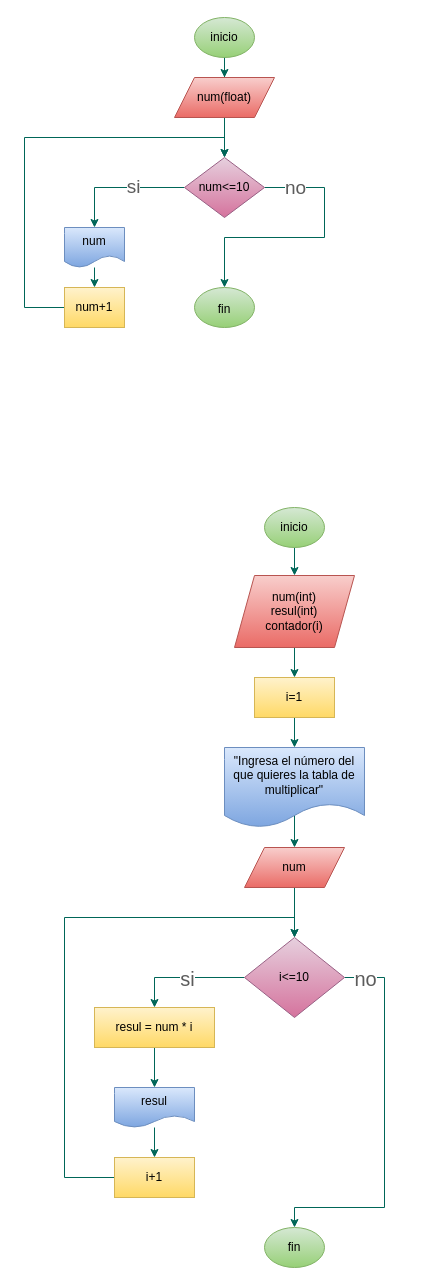
zeth789/Pensamiento_computacional keeps this draw.io diagram as 7. ESTRUCTURAS/Diagrama 2.drawio. Above is the earlier version. Source tidied: cells renumbered, new cells numbered last; positions are measured from the earlier drawing's top-left corner, leaving out a move shared by most shapes. Both pictures are drawn from the tidied source at 100%, with x=0, y=0 at pixel (24, 17).
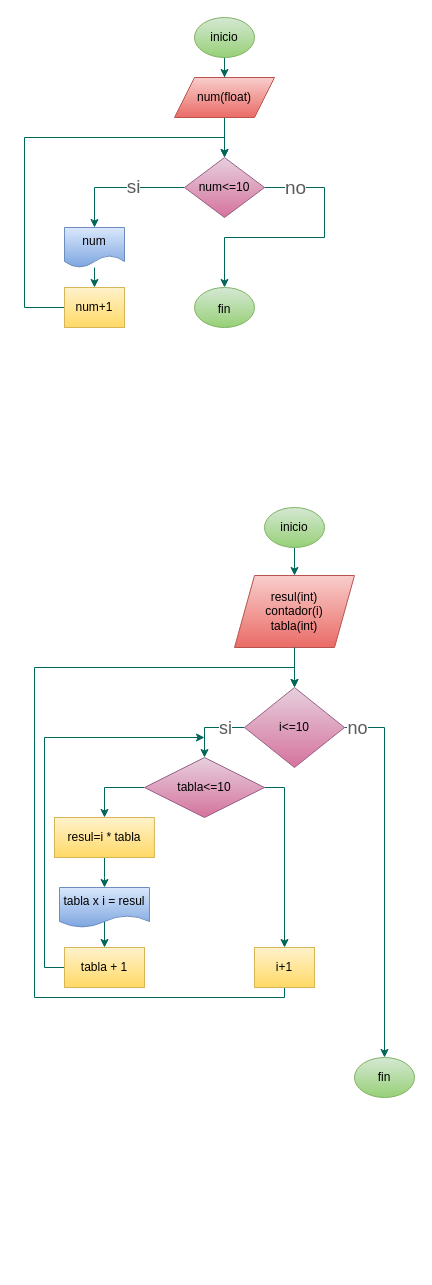
Above is the later version.

Commit message:
Diagrama 2 tablas multiplicar.drawio

The edit, as a diff of the source:
```diff
@@
-    <mxCell id="18" style="edgeStyle=orthogonalEdgeStyle;rounded=0;jettySize=auto;html=1;strokeColor=#006658;fontSize=12;fontColor=#5C5C5C;fillColor=#21C0A5;" parent="1" edge="1" source="19" target="21">
-      <mxGeometry relative="1" as="geometry" />
-    </mxCell>
-    <mxCell id="19" value="num(int)&lt;br&gt;resul(int)&lt;br&gt;contador(i)" style="shape=parallelogram;perimeter=parallelogramPerimeter;whiteSpace=wrap;html=1;fixedSize=1;fillColor=#f8cecc;strokeColor=#b85450;gradientColor=#ea6b66;" parent="1" vertex="1">
+    <mxCell id="19" value="resul(int)&lt;br&gt;contador(i)&lt;br&gt;tabla(int)" style="shape=parallelogram;perimeter=parallelogramPerimeter;whiteSpace=wrap;html=1;fixedSize=1;fillColor=#f8cecc;strokeColor=#b85450;gradientColor=#ea6b66;" parent="1" vertex="1">
       <mxGeometry x="210" y="558" width="120" height="72" as="geometry" />
     </mxCell>
-    <mxCell id="20" style="edgeStyle=orthogonalEdgeStyle;rounded=0;jettySize=auto;html=1;strokeColor=#006658;fontSize=12;fontColor=#5C5C5C;fillColor=#21C0A5;" parent="1" edge="1" source="21" target="23">
+    <mxCell id="20" style="edgeStyle=orthogonalEdgeStyle;rounded=0;jettySize=auto;html=1;strokeColor=#006658;fontSize=12;fontColor=#5C5C5C;fillColor=#21C0A5;entryX=0.5;entryY=0;entryDx=0;entryDy=0;exitX=0.5;exitY=1;exitDx=0;exitDy=0;" parent="1" edge="1" source="19" target="30">
       <mxGeometry relative="1" as="geometry" />
     </mxCell>
-    <mxCell id="21" value="i=1" style="whiteSpace=wrap;html=1;fillColor=#fff2cc;strokeColor=#d6b656;gradientColor=#ffd966;" parent="1" vertex="1">
-      <mxGeometry x="230" y="660" width="80" height="40" as="geometry" />
-    </mxCell>
-    <mxCell id="22" style="edgeStyle=orthogonalEdgeStyle;rounded=0;jettySize=auto;html=1;strokeColor=#006658;fontSize=12;fontColor=#5C5C5C;fillColor=#21C0A5;exitX=0.51;exitY=0.829;exitDx=0;exitDy=0;exitPerimeter=0;" parent="1" edge="1" source="23" target="25">
-      <mxGeometry relative="1" as="geometry">
-        <Array as="points">
-          <mxPoint x="270" y="796" />
-        </Array>
-      </mxGeometry>
-    </mxCell>
-    <mxCell id="23" value="&quot;Ingresa el número del que quieres la tabla de multiplicar&quot;" style="shape=document;whiteSpace=wrap;html=1;boundedLbl=1;fillColor=#dae8fc;strokeColor=#6c8ebf;gradientColor=#7ea6e0;" parent="1" vertex="1">
-      <mxGeometry x="200" y="730" width="140" height="80" as="geometry" />
-    </mxCell>
-    <mxCell id="24" style="edgeStyle=orthogonalEdgeStyle;rounded=0;jettySize=auto;html=1;strokeColor=#006658;fontSize=12;fontColor=#5C5C5C;fillColor=#21C0A5;" parent="1" edge="1" source="25" target="30">
-      <mxGeometry relative="1" as="geometry" />
-    </mxCell>
-    <mxCell id="25" value="num" style="shape=parallelogram;perimeter=parallelogramPerimeter;whiteSpace=wrap;html=1;fixedSize=1;fillColor=#f8cecc;strokeColor=#b85450;gradientColor=#ea6b66;" parent="1" vertex="1">
-      <mxGeometry x="220" y="830" width="100" height="40" as="geometry" />
-    </mxCell>
-    <mxCell id="26" style="edgeStyle=orthogonalEdgeStyle;rounded=0;jettySize=auto;html=1;strokeColor=#006658;fontSize=12;fontColor=#5C5C5C;fillColor=#21C0A5;" parent="1" edge="1" source="30" target="32">
+    <mxCell id="26" style="edgeStyle=orthogonalEdgeStyle;rounded=0;jettySize=auto;html=1;strokeColor=#006658;fontSize=12;fontColor=#5C5C5C;fillColor=#21C0A5;entryX=0.5;entryY=0;entryDx=0;entryDy=0;" parent="1" edge="1" source="30" target="41">
       <mxGeometry relative="1" as="geometry">
         <Array as="points">
-          <mxPoint x="130" y="960" />
+          <mxPoint x="180" y="710" />
         </Array>
       </mxGeometry>
     </mxCell>
-    <mxCell id="27" value="si" style="edgeLabel;html=1;align=center;verticalAlign=middle;fontSize=20;fontColor=#5C5C5C;" parent="26" vertex="1">
-      <mxGeometry x="-0.03" relative="1" as="geometry" />
+    <mxCell id="27" value="si" style="edgeLabel;html=1;align=center;verticalAlign=middle;fontSize=18;fontColor=#5C5C5C;" parent="26" vertex="1">
+      <mxGeometry x="-0.03" relative="1" as="geometry">
+        <mxPoint x="14" as="offset" />
+      </mxGeometry>
     </mxCell>
     <mxCell id="28" style="edgeStyle=orthogonalEdgeStyle;rounded=0;jettySize=auto;html=1;strokeColor=#006658;fontSize=12;fontColor=#5C5C5C;fillColor=#21C0A5;" parent="1" edge="1" source="30" target="37">
       <mxGeometry relative="1" as="geometry">
         <Array as="points">
-          <mxPoint x="360" y="960" />
-          <mxPoint x="360" y="1190" />
-          <mxPoint x="270" y="1190" />
+          <mxPoint x="360" y="710" />
         </Array>
       </mxGeometry>
     </mxCell>
-    <mxCell id="29" value="no" style="edgeLabel;html=1;align=center;verticalAlign=middle;fontSize=20;fontColor=#5C5C5C;" parent="28" vertex="1">
+    <mxCell id="29" value="no" style="edgeLabel;html=1;align=center;verticalAlign=middle;fontSize=18;fontColor=#5C5C5C;" parent="28" vertex="1">
       <mxGeometry x="-0.88" relative="1" as="geometry">
-        <mxPoint x="-3" as="offset" />
+        <mxPoint x="-10" as="offset" />
       </mxGeometry>
     </mxCell>
     <mxCell id="30" value="i&amp;lt;=10" style="rhombus;whiteSpace=wrap;html=1;fillColor=#e6d0de;strokeColor=#996185;gradientColor=#d5739d;" parent="1" vertex="1">
-      <mxGeometry x="220" y="920" width="100" height="80" as="geometry" />
+      <mxGeometry x="220" y="670" width="100" height="80" as="geometry" />
     </mxCell>
-    <mxCell id="31" style="edgeStyle=orthogonalEdgeStyle;rounded=0;jettySize=auto;html=1;strokeColor=#006658;fontSize=12;fontColor=#5C5C5C;fillColor=#21C0A5;" parent="1" edge="1" source="32" target="34">
-      <mxGeometry relative="1" as="geometry" />
-    </mxCell>
-    <mxCell id="32" value="resul = num * i" style="whiteSpace=wrap;html=1;fillColor=#fff2cc;strokeColor=#d6b656;gradientColor=#ffd966;" parent="1" vertex="1">
-      <mxGeometry x="70" y="990" width="120" height="40" as="geometry" />
-    </mxCell>
-    <mxCell id="33" style="edgeStyle=orthogonalEdgeStyle;rounded=0;jettySize=auto;html=1;strokeColor=#006658;fontSize=12;fontColor=#5C5C5C;fillColor=#21C0A5;" parent="1" edge="1" source="34" target="36">
-      <mxGeometry relative="1" as="geometry" />
-    </mxCell>
-    <mxCell id="34" value="resul" style="shape=document;whiteSpace=wrap;html=1;boundedLbl=1;fillColor=#dae8fc;strokeColor=#6c8ebf;gradientColor=#7ea6e0;" parent="1" vertex="1">
-      <mxGeometry x="90" y="1070" width="80" height="40" as="geometry" />
-    </mxCell>
-    <mxCell id="35" style="edgeStyle=orthogonalEdgeStyle;rounded=0;jettySize=auto;html=1;strokeColor=#006658;fontSize=12;fontColor=#5C5C5C;fillColor=#21C0A5;entryX=0.5;entryY=0;entryDx=0;entryDy=0;" parent="1" edge="1" source="36" target="30">
-      <mxGeometry relative="1" as="geometry">
-        <Array as="points">
-          <mxPoint x="40" y="1160" />
-          <mxPoint x="40" y="900" />
-          <mxPoint x="270" y="900" />
-        </Array>
-      </mxGeometry>
-    </mxCell>
+    <mxCell id="38" style="edgeStyle=orthogonalEdgeStyle;rounded=0;jettySize=auto;html=1;strokeColor=#006658;fontSize=18;fontColor=#5C5C5C;fillColor=#21C0A5;" parent="1" edge="1" source="36">
+      <mxGeometry relative="1" as="geometry">
+        <mxPoint x="180" y="720" as="targetPoint" />
+        <Array as="points">
+          <mxPoint x="20" y="950" />
+          <mxPoint x="20" y="720" />
+        </Array>
+      </mxGeometry>
+    </mxCell>
-    <mxCell id="36" value="i+1" style="whiteSpace=wrap;html=1;fillColor=#fff2cc;strokeColor=#d6b656;gradientColor=#ffd966;" parent="1" vertex="1">
-      <mxGeometry x="90" y="1140" width="80" height="40" as="geometry" />
+    <mxCell id="36" value="tabla + 1" style="whiteSpace=wrap;html=1;fillColor=#fff2cc;strokeColor=#d6b656;gradientColor=#ffd966;" parent="1" vertex="1">
+      <mxGeometry x="40" y="930" width="80" height="40" as="geometry" />
     </mxCell>
     <mxCell id="37" value="fin" style="ellipse;whiteSpace=wrap;html=1;fillColor=#d5e8d4;strokeColor=#82b366;gradientColor=#97d077;" parent="1" vertex="1">
-      <mxGeometry x="240" y="1210" width="60" height="40" as="geometry" />
+      <mxGeometry x="330" y="1040" width="60" height="40" as="geometry" />
     </mxCell>
+    <mxCell id="39" style="edgeStyle=orthogonalEdgeStyle;rounded=0;jettySize=auto;html=1;strokeColor=#006658;fontSize=20;fontColor=#5C5C5C;fillColor=#21C0A5;" parent="1" edge="1" source="41" target="43">
+      <mxGeometry relative="1" as="geometry">
+        <Array as="points">
+          <mxPoint x="80" y="770" />
+        </Array>
+      </mxGeometry>
+    </mxCell>
+    <mxCell id="40" style="edgeStyle=orthogonalEdgeStyle;rounded=0;jettySize=auto;html=1;strokeColor=#006658;fontSize=20;fontColor=#5C5C5C;fillColor=#21C0A5;entryX=0.5;entryY=0;entryDx=0;entryDy=0;" parent="1" edge="1" source="41" target="47">
+      <mxGeometry relative="1" as="geometry">
+        <Array as="points">
+          <mxPoint x="260" y="770" />
+        </Array>
+      </mxGeometry>
+    </mxCell>
+    <mxCell id="41" value="tabla&amp;lt;=10" style="rhombus;whiteSpace=wrap;html=1;fillColor=#e6d0de;strokeColor=#996185;gradientColor=#d5739d;" parent="1" vertex="1">
+      <mxGeometry x="120" y="740" width="120" height="60" as="geometry" />
+    </mxCell>
+    <mxCell id="42" style="edgeStyle=orthogonalEdgeStyle;rounded=0;jettySize=auto;html=1;entryX=0.5;entryY=0;entryDx=0;entryDy=0;strokeColor=#006658;fontSize=18;fontColor=#5C5C5C;fillColor=#21C0A5;" parent="1" edge="1" source="43" target="45">
+      <mxGeometry relative="1" as="geometry" />
+    </mxCell>
+    <mxCell id="43" value="resul=i * tabla" style="whiteSpace=wrap;html=1;fillColor=#fff2cc;strokeColor=#d6b656;gradientColor=#ffd966;" parent="1" vertex="1">
+      <mxGeometry x="30" y="800" width="99.9" height="40" as="geometry" />
+    </mxCell>
+    <mxCell id="44" style="edgeStyle=orthogonalEdgeStyle;rounded=0;jettySize=auto;html=1;entryX=0.5;entryY=0;entryDx=0;entryDy=0;strokeColor=#006658;fontSize=18;fontColor=#5C5C5C;fillColor=#21C0A5;exitX=0.53;exitY=0.783;exitDx=0;exitDy=0;exitPerimeter=0;" parent="1" edge="1" source="45" target="36">
+      <mxGeometry relative="1" as="geometry" />
+    </mxCell>
+    <mxCell id="45" value="tabla x i = resul" style="shape=document;whiteSpace=wrap;html=1;boundedLbl=1;fillColor=#dae8fc;strokeColor=#6c8ebf;gradientColor=#7ea6e0;" parent="1" vertex="1">
+      <mxGeometry x="35" y="870" width="90" height="40" as="geometry" />
+    </mxCell>
+    <mxCell id="46" style="edgeStyle=orthogonalEdgeStyle;rounded=0;jettySize=auto;html=1;strokeColor=#006658;fontSize=20;fontColor=#5C5C5C;fillColor=#21C0A5;entryX=0.5;entryY=0;entryDx=0;entryDy=0;" parent="1" edge="1" source="47" target="30">
+      <mxGeometry relative="1" as="geometry">
+        <Array as="points">
+          <mxPoint x="260" y="980" />
+          <mxPoint x="10" y="980" />
+          <mxPoint x="10" y="650" />
+          <mxPoint x="270" y="650" />
+        </Array>
+      </mxGeometry>
+    </mxCell>
+    <mxCell id="47" value="i+1" style="whiteSpace=wrap;html=1;fillColor=#fff2cc;strokeColor=#d6b656;gradientColor=#ffd966;" parent="1" vertex="1">
+      <mxGeometry x="230" y="930" width="60" height="40" as="geometry" />
+    </mxCell>
```
